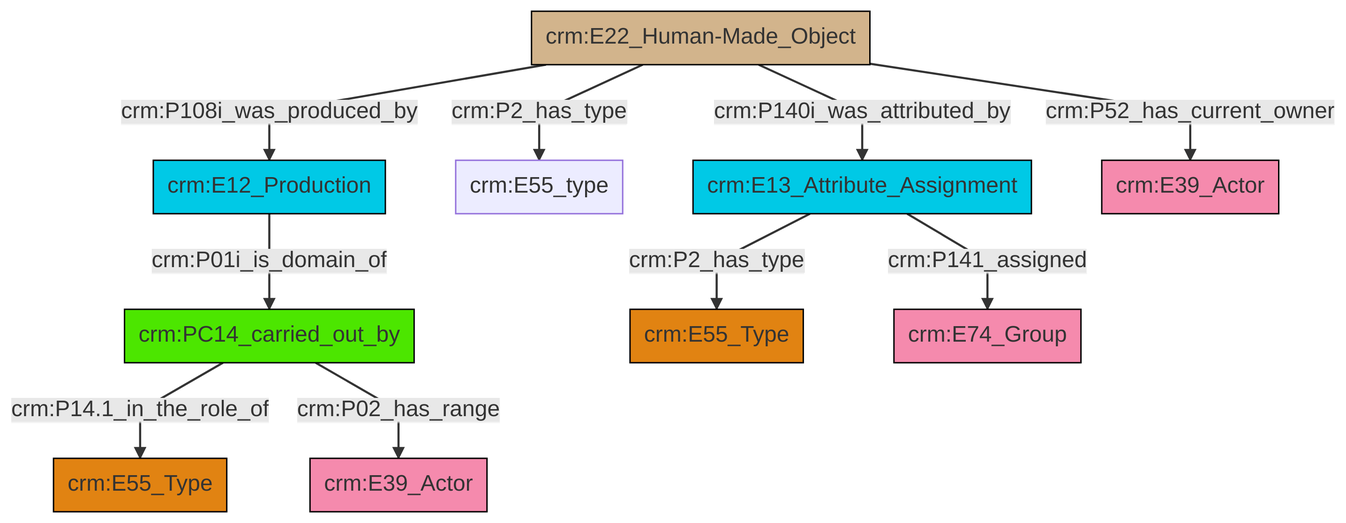
swiss-art-research-net/docs.swissartresearch keeps this Mermaid diagram as et/builtWorkCSV/ttl/mmd/png/Built_Work_actor_relations.png. Above is the earlier version. Its source is kept beside it as et/builtWorkCSV/ttl/mmd/Built_Work_actor_relations.ttl.mmd.
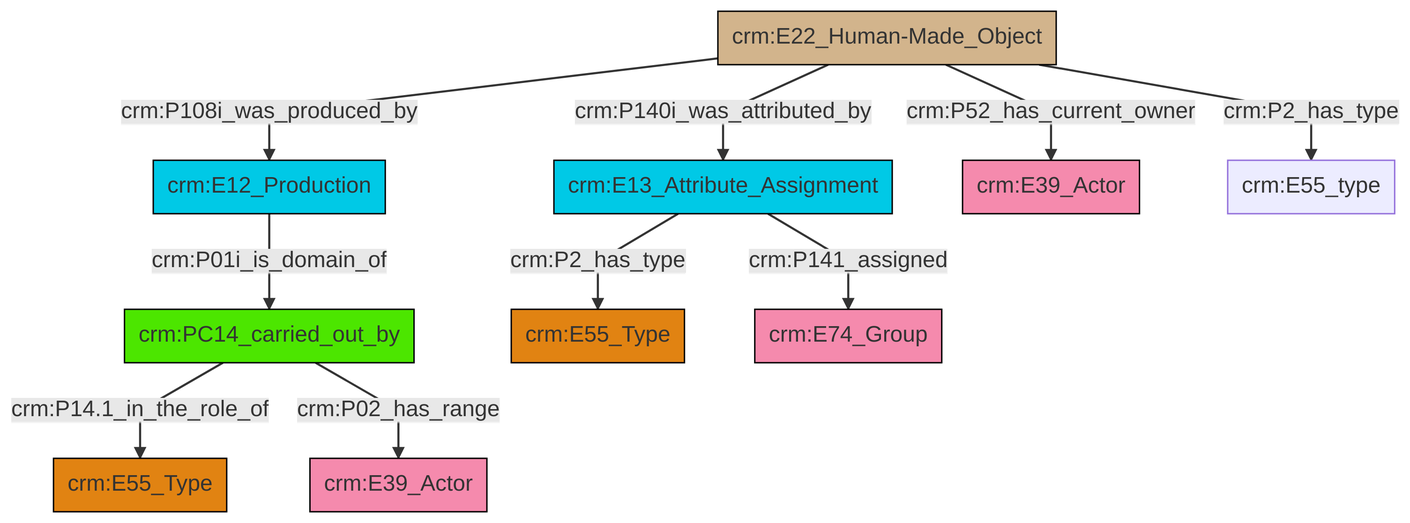
Later version of the same file.

Diff of the diagram source:
```diff
@@ -13,12 +13,12 @@
 classDef PC_Classes fill:#4ce600, stroke:#000000;
 classDef Multi fill:#cccccc,stroke:#000000;
 
-0["crm:E12_Production"]:::Temporal_Entity -->|crm:P01i_is_domain_of| 1["crm:PC14_carried_out_by"]:::PC_Classes
-2["crm:E22_Human-Made_Object"]:::Physical_Thing -->|crm:P2_has_type| 3["crm:E55_type"]:::Default
-1["crm:PC14_carried_out_by"]:::PC_Classes -->|crm:P14.1_in_the_role_of| 6["crm:E55_Type"]:::Type
-1["crm:PC14_carried_out_by"]:::PC_Classes -->|crm:P02_has_range| 7["crm:E39_Actor"]:::Actor
-4["crm:E13_Attribute_Assignment"]:::Temporal_Entity -->|crm:P2_has_type| 9["crm:E55_Type"]:::Type
-2["crm:E22_Human-Made_Object"]:::Physical_Thing -->|crm:P108i_was_produced_by| 0["crm:E12_Production"]:::Temporal_Entity
-2["crm:E22_Human-Made_Object"]:::Physical_Thing -->|crm:P140i_was_attributed_by| 4["crm:E13_Attribute_Assignment"]:::Temporal_Entity
-2["crm:E22_Human-Made_Object"]:::Physical_Thing -->|crm:P52_has_current_owner| 11["crm:E39_Actor"]:::Actor
-4["crm:E13_Attribute_Assignment"]:::Temporal_Entity -->|crm:P141_assigned| 17["crm:E74_Group"]:::Actor
+0["crm:E22_Human-Made_Object"]:::Physical_Thing -->|crm:P108i_was_produced_by| 2["crm:E12_Production"]:::Temporal_Entity
+2["crm:E12_Production"]:::Temporal_Entity -->|crm:P01i_is_domain_of| 5["crm:PC14_carried_out_by"]:::PC_Classes
+5["crm:PC14_carried_out_by"]:::PC_Classes -->|crm:P14.1_in_the_role_of| 6["crm:E55_Type"]:::Type
+5["crm:PC14_carried_out_by"]:::PC_Classes -->|crm:P02_has_range| 9["crm:E39_Actor"]:::Actor
+10["crm:E13_Attribute_Assignment"]:::Temporal_Entity -->|crm:P2_has_type| 3["crm:E55_Type"]:::Type
+10["crm:E13_Attribute_Assignment"]:::Temporal_Entity -->|crm:P141_assigned| 11["crm:E74_Group"]:::Actor
+0["crm:E22_Human-Made_Object"]:::Physical_Thing -->|crm:P140i_was_attributed_by| 10["crm:E13_Attribute_Assignment"]:::Temporal_Entity
+0["crm:E22_Human-Made_Object"]:::Physical_Thing -->|crm:P52_has_current_owner| 16["crm:E39_Actor"]:::Actor
+0["crm:E22_Human-Made_Object"]:::Physical_Thing -->|crm:P2_has_type| 7["crm:E55_type"]:::Default
```
